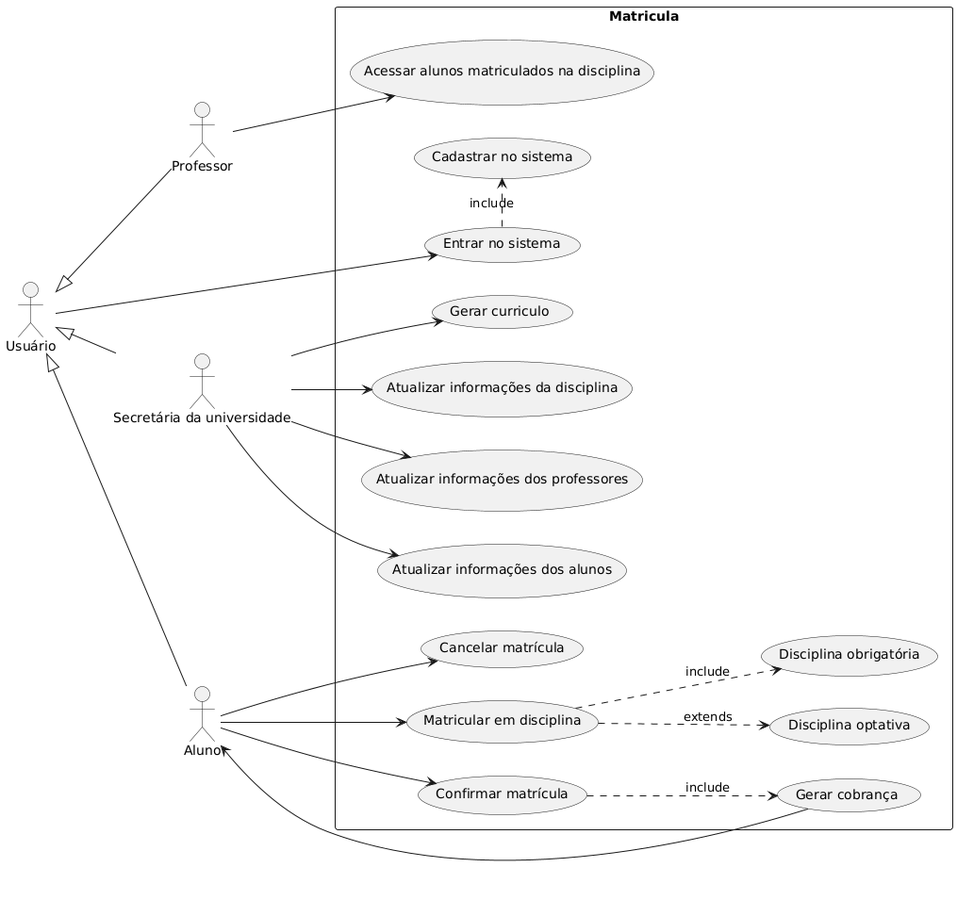
Before: project/diagrams/usercase.png, a diagram exported from PlantUML (iannovais/LDS-matriculas).
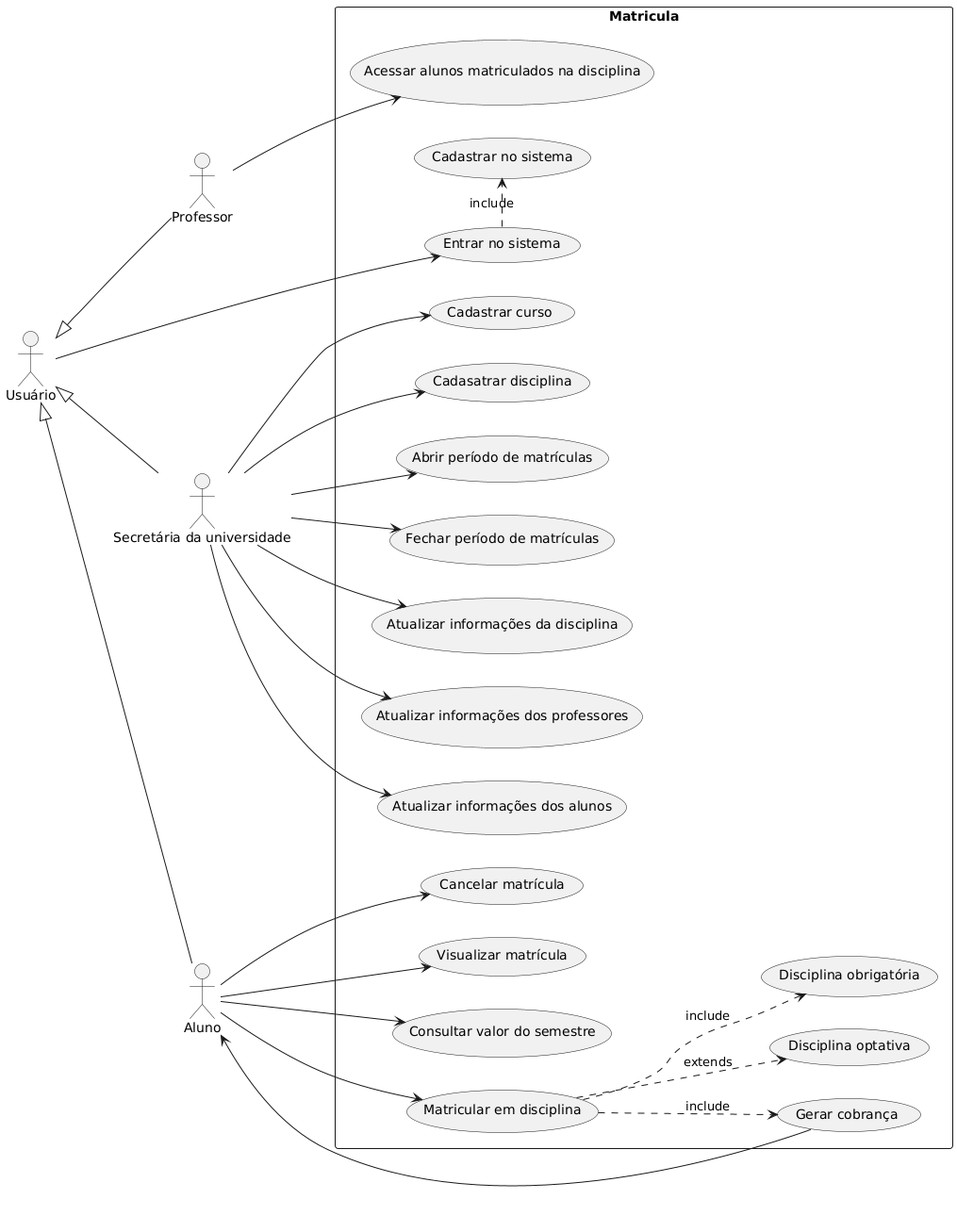
Later version of the same file.

Commit message:
Atualizações gerais 🫡 Agora, o aluno pode consultar o valor do semestre; Atualizado diagrama de casos de uso.

Diff of the diagram source:
```diff
@@ -6,29 +6,33 @@
 actor "Usuário" as usuario
 
 rectangle Matricula{
-(Matricular em disciplina) -.> (Disciplina optativa) : extends
-(Matricular em disciplina) -.> (Disciplina obrigatória) : include
+    (Matricular em disciplina) -.> (Disciplina optativa) : extends
+    (Matricular em disciplina) -.> (Disciplina obrigatória) : include
 
-usuario --> (Entrar no sistema)
+    usuario --> (Entrar no sistema)
 
-(Entrar no sistema) .> (Cadastrar no sistema) : include
+    (Entrar no sistema) .> (Cadastrar no sistema) : include
 
-secretaria --> (Gerar curriculo)
-secretaria --> (Atualizar informações da disciplina)
-secretaria --> (Atualizar informações dos professores)
-secretaria --> (Atualizar informações dos alunos)
+    secretaria --> (Cadastrar curso)
+    secretaria --> (Cadasatrar disciplina)
+    secretaria --> (Abrir período de matrículas)
+    secretaria --> (Fechar período de matrículas)
+    secretaria --> (Atualizar informações da disciplina)
+    secretaria --> (Atualizar informações dos professores)
+    secretaria --> (Atualizar informações dos alunos)
 
-aluno --> (Cancelar matrícula)
-aluno --> (Matricular em disciplina)
-aluno --> (Confirmar matrícula)
+    aluno --> (Cancelar matrícula)
+    aluno --> (Matricular em disciplina)
+    aluno --> (Visualizar matrícula)
+    aluno --> (Consultar valor do semestre)
 
-(Confirmar matrícula) -.> (Gerar cobrança) : include
-(Gerar cobrança) --> aluno
+    (Matricular em disciplina) -.> (Gerar cobrança) : include
+    (Gerar cobrança) --> aluno
 
-professor --> (Acessar alunos matriculados na disciplina)
+    professor --> (Acessar alunos matriculados na disciplina)
 
-usuario <|-- aluno
-usuario <|-- secretaria
-usuario <|-- professor
+    usuario <|-- aluno
+    usuario <|-- secretaria
+    usuario <|-- professor
 }
 @enduml
```
